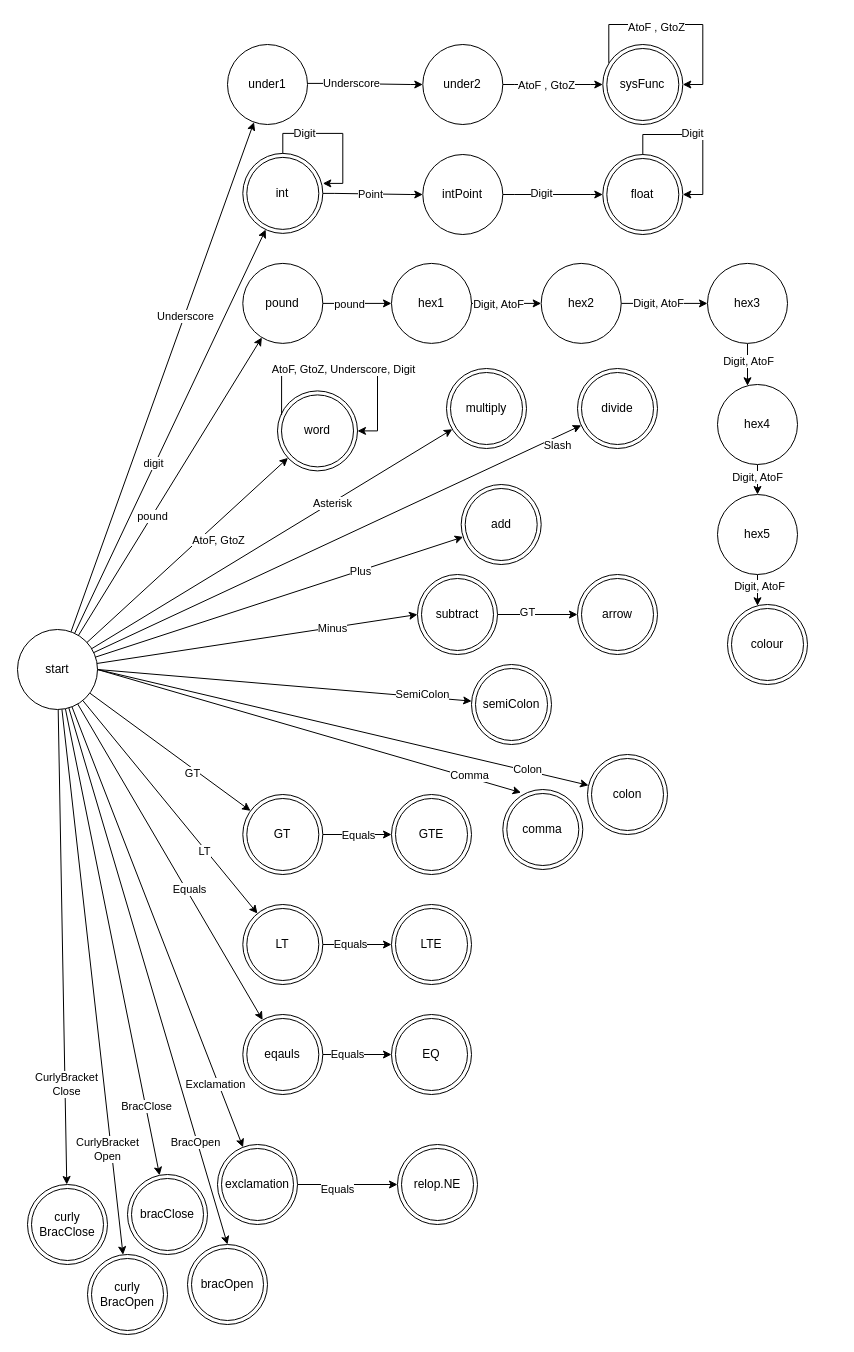
wayne1512/CPS2000-compiler keeps this draw.io diagram as docs/lexer DSA.drawio. Above is the earlier version. Source tidied: cells renumbered, new cells numbered last; positions are measured from the earlier drawing's top-left corner, leaving out a move shared by most shapes. Both pictures are drawn from the tidied source at 100%, with x=0, y=0 at pixel (17, 44).
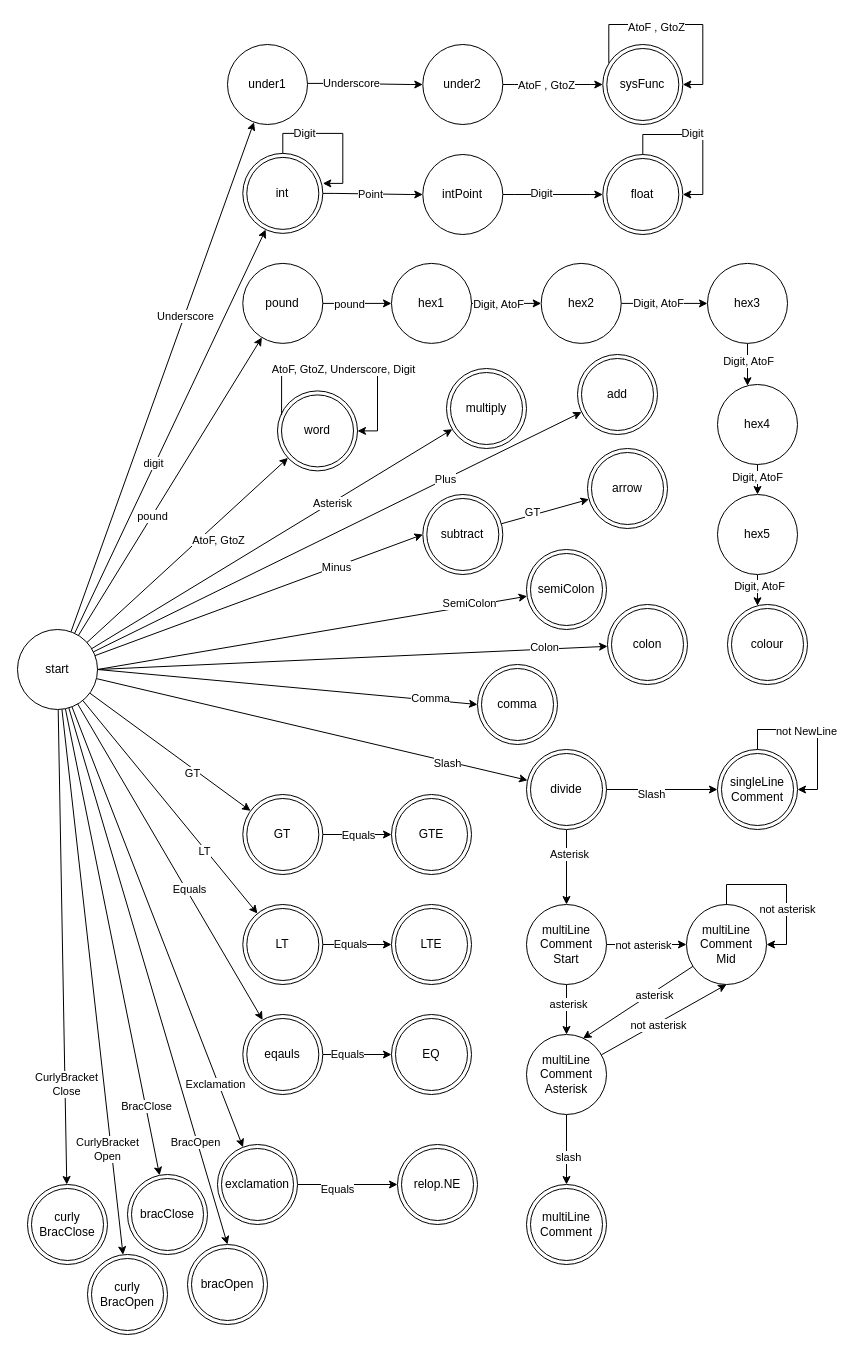
Above is the later version.

Commit message (it also covers changes not shown here):
comment test and lexer diagram

Unchanged cells that the change refers to:
```xml
<mxCell id="12" style="rounded=0;jettySize=auto;html=1;orthogonal=1;" parent="1" edge="1" source="40" target="84">
  <mxGeometry relative="1" as="geometry" />
</mxCell>
<mxCell id="40" value="start" style="ellipse;whiteSpace=wrap;html=1;" parent="1" vertex="1">
  <mxGeometry y="585" width="80" height="80" as="geometry" />
</mxCell>
```

The edit, as a diff of the source:
```diff
@@
-    <mxCell id="13" value="Slash" style="edgeLabel;html=1;align=center;verticalAlign=middle;" parent="12" vertex="1">
-      <mxGeometry x="0.58" y="2" relative="1" as="geometry">
-        <mxPoint x="79" y="-26" as="offset" />
-      </mxGeometry>
-    </mxCell>
+    <mxCell id="113" value="Slash" style="edgeLabel;html=1;align=center;verticalAlign=middle;" parent="12" vertex="1">
+      <mxGeometry x="0.63" y="-2" relative="1" as="geometry" />
+    </mxCell>
@@
-    <mxCell id="38" style="rounded=0;jettySize=auto;html=1;exitX=1;exitY=0.5;exitDx=0;exitDy=0;entryX=0.228;entryY=0.039;entryDx=0;entryDy=0;entryPerimeter=0;" parent="1" edge="1" source="40" target="111">
+    <mxCell id="38" style="rounded=0;jettySize=auto;html=1;exitX=1;exitY=0.5;exitDx=0;exitDy=0;entryX=0;entryY=0.5;entryDx=0;entryDy=0;" parent="1" edge="1" source="40" target="111">
       <mxGeometry relative="1" as="geometry" />
     </mxCell>
@@
+    <mxCell id="114" style="edgeStyle=none;rounded=0;jettySize=auto;html=1;" parent="1" edge="1" source="84" target="118">
+      <mxGeometry relative="1" as="geometry" />
+    </mxCell>
+    <mxCell id="115" value="Slash" style="edgeLabel;html=1;align=center;verticalAlign=middle;" parent="114" vertex="1">
+      <mxGeometry x="-0.2" y="-4" relative="1" as="geometry" />
+    </mxCell>
+    <mxCell id="116" style="edgeStyle=none;rounded=0;jettySize=auto;html=1;" parent="1" edge="1" source="84" target="125">
+      <mxGeometry relative="1" as="geometry" />
+    </mxCell>
+    <mxCell id="117" value="Asterisk" style="edgeLabel;html=1;align=center;verticalAlign=middle;" parent="116" vertex="1">
+      <mxGeometry x="-0.37" y="2" relative="1" as="geometry" />
+    </mxCell>
     <mxCell id="84" value="divide" style="ellipse;whiteSpace=wrap;html=1;shape=doubleEllipse;" parent="1" vertex="1">
-      <mxGeometry x="560" y="324" width="80" height="80" as="geometry" />
+      <mxGeometry x="509" y="705" width="80" height="80" as="geometry" />
     </mxCell>
     <mxCell id="85" value="add" style="ellipse;whiteSpace=wrap;html=1;shape=doubleEllipse;" parent="1" vertex="1">
-      <mxGeometry x="443.7" y="440" width="80" height="80" as="geometry" />
+      <mxGeometry x="560" y="310" width="80" height="80" as="geometry" />
     </mxCell>
-    <mxCell id="86" style="edgeStyle=orthogonalEdgeStyle;rounded=0;jettySize=auto;html=1;" parent="1" edge="1" source="88" target="112">
+    <mxCell id="86" style="rounded=0;jettySize=auto;html=1;" parent="1" edge="1" source="88" target="112">
       <mxGeometry relative="1" as="geometry" />
     </mxCell>
@@
     <mxCell id="88" value="subtract" style="ellipse;whiteSpace=wrap;html=1;shape=doubleEllipse;" parent="1" vertex="1">
-      <mxGeometry x="400" y="530" width="80" height="80" as="geometry" />
+      <mxGeometry x="405.3" y="450" width="80" height="80" as="geometry" />
     </mxCell>
@@
     <mxCell id="109" value="semiColon" style="ellipse;whiteSpace=wrap;html=1;shape=doubleEllipse;" parent="1" vertex="1">
-      <mxGeometry x="454" y="620" width="80" height="80" as="geometry" />
+      <mxGeometry x="509" y="505" width="80" height="80" as="geometry" />
     </mxCell>
     <mxCell id="110" value="colon" style="ellipse;whiteSpace=wrap;html=1;shape=doubleEllipse;" parent="1" vertex="1">
-      <mxGeometry x="570" y="710" width="80" height="80" as="geometry" />
+      <mxGeometry x="590" y="560" width="80" height="80" as="geometry" />
     </mxCell>
     <mxCell id="111" value="comma" style="ellipse;whiteSpace=wrap;html=1;shape=doubleEllipse;" parent="1" vertex="1">
-      <mxGeometry x="485.3" y="745" width="80" height="80" as="geometry" />
+      <mxGeometry x="460" y="620" width="80" height="80" as="geometry" />
     </mxCell>
     <mxCell id="112" value="arrow" style="ellipse;whiteSpace=wrap;html=1;shape=doubleEllipse;" parent="1" vertex="1">
-      <mxGeometry x="560" y="530" width="80" height="80" as="geometry" />
+      <mxGeometry x="570" y="404" width="80" height="80" as="geometry" />
     </mxCell>
+    <mxCell id="118" value="singleLine&lt;br&gt;Comment" style="ellipse;whiteSpace=wrap;html=1;shape=doubleEllipse;" parent="1" vertex="1">
+      <mxGeometry x="700" y="705" width="80" height="80" as="geometry" />
+    </mxCell>
+    <mxCell id="119" style="edgeStyle=orthogonalEdgeStyle;rounded=0;orthogonalLoop=1;jettySize=auto;html=1;exitX=0.5;exitY=0;exitDx=0;exitDy=0;entryX=1;entryY=0.5;entryDx=0;entryDy=0;" parent="1" edge="1" source="118" target="118">
+      <mxGeometry relative="1" as="geometry" />
+    </mxCell>
+    <mxCell id="120" value="not NewLine" style="edgeLabel;html=1;align=center;verticalAlign=middle;" parent="119" vertex="1">
+      <mxGeometry x="-0.15" y="-1" relative="1" as="geometry" />
+    </mxCell>
+    <mxCell id="121" style="edgeStyle=none;rounded=0;jettySize=auto;html=1;" parent="1" edge="1" source="125" target="128">
+      <mxGeometry relative="1" as="geometry" />
+    </mxCell>
+    <mxCell id="122" value="not asterisk" style="edgeLabel;html=1;align=center;verticalAlign=middle;" parent="121" vertex="1">
+      <mxGeometry x="-0.35" y="-2" relative="1" as="geometry">
+        <mxPoint x="10" y="-2" as="offset" />
+      </mxGeometry>
+    </mxCell>
+    <mxCell id="123" style="edgeStyle=none;rounded=0;jettySize=auto;html=1;" parent="1" edge="1" source="125" target="134">
+      <mxGeometry relative="1" as="geometry" />
+    </mxCell>
+    <mxCell id="124" value="asterisk" style="edgeLabel;html=1;align=center;verticalAlign=middle;" parent="123" vertex="1">
+      <mxGeometry x="-0.24" y="1" relative="1" as="geometry" />
+    </mxCell>
+    <mxCell id="125" value="multiLine&lt;br&gt;Comment&lt;br&gt;Start" style="ellipse;whiteSpace=wrap;html=1;fontFamily=Helvetica;fontSize=12;fontColor=default;align=center;strokeColor=default;fillColor=default;" parent="1" vertex="1">
+      <mxGeometry x="509" y="860" width="80" height="80" as="geometry" />
+    </mxCell>
+    <mxCell id="126" style="edgeStyle=none;rounded=0;jettySize=auto;html=1;entryX=0.707;entryY=0.049;entryDx=0;entryDy=0;entryPerimeter=0;" parent="1" edge="1" source="128" target="134">
+      <mxGeometry relative="1" as="geometry" />
+    </mxCell>
+    <mxCell id="127" value="asterisk" style="edgeLabel;html=1;align=center;verticalAlign=middle;" parent="126" vertex="1">
+      <mxGeometry x="-0.27" y="3" relative="1" as="geometry" />
+    </mxCell>
+    <mxCell id="128" value="multiLine&lt;br&gt;Comment&lt;br&gt;Mid" style="ellipse;whiteSpace=wrap;html=1;fontFamily=Helvetica;fontSize=12;fontColor=default;align=center;strokeColor=default;fillColor=default;" parent="1" vertex="1">
+      <mxGeometry x="669" y="860" width="80" height="80" as="geometry" />
+    </mxCell>
+    <mxCell id="129" style="edgeStyle=none;rounded=0;jettySize=auto;html=1;entryX=0.5;entryY=1;entryDx=0;entryDy=0;" parent="1" edge="1" source="134" target="128">
+      <mxGeometry relative="1" as="geometry" />
+    </mxCell>
+    <mxCell id="130" style="edgeLabel;html=1;align=center;verticalAlign=middle;" parent="129" vertex="1">
+      <mxGeometry x="0.27" y="-1" relative="1" as="geometry" />
+    </mxCell>
+    <mxCell id="131" value="not asterisk" style="edgeLabel;html=1;align=center;verticalAlign=middle;" parent="129" vertex="1">
+      <mxGeometry x="0.27" y="-2" relative="1" as="geometry">
+        <mxPoint x="-24" y="13" as="offset" />
+      </mxGeometry>
+    </mxCell>
+    <mxCell id="132" style="edgeStyle=none;rounded=0;jettySize=auto;html=1;" parent="1" edge="1" source="134" target="135">
+      <mxGeometry relative="1" as="geometry" />
+    </mxCell>
+    <mxCell id="133" value="slash" style="edgeLabel;html=1;align=center;verticalAlign=middle;" parent="132" vertex="1">
+      <mxGeometry x="0.2" y="1" relative="1" as="geometry" />
+    </mxCell>
+    <mxCell id="134" value="multiLine&lt;br&gt;Comment&lt;br&gt;Asterisk" style="ellipse;whiteSpace=wrap;html=1;fontFamily=Helvetica;fontSize=12;fontColor=default;align=center;strokeColor=default;fillColor=default;" parent="1" vertex="1">
+      <mxGeometry x="509" y="990" width="80" height="80" as="geometry" />
+    </mxCell>
+    <mxCell id="135" value="multiLine&lt;br&gt;Comment" style="ellipse;shape=doubleEllipse;whiteSpace=wrap;html=1;fontFamily=Helvetica;fontSize=12;fontColor=default;align=center;strokeColor=default;fillColor=default;" parent="1" vertex="1">
+      <mxGeometry x="509" y="1140" width="80" height="80" as="geometry" />
+    </mxCell>
+    <mxCell id="136" style="edgeStyle=orthogonalEdgeStyle;rounded=0;orthogonalLoop=1;jettySize=auto;html=1;exitX=0.5;exitY=0;exitDx=0;exitDy=0;entryX=1;entryY=0.5;entryDx=0;entryDy=0;" parent="1" edge="1" source="128" target="128">
+      <mxGeometry relative="1" as="geometry" />
+    </mxCell>
+    <mxCell id="137" value="not asterisk" style="edgeLabel;html=1;align=center;verticalAlign=middle;" parent="136" vertex="1">
+      <mxGeometry x="0.3" relative="1" as="geometry" />
+    </mxCell>
```
